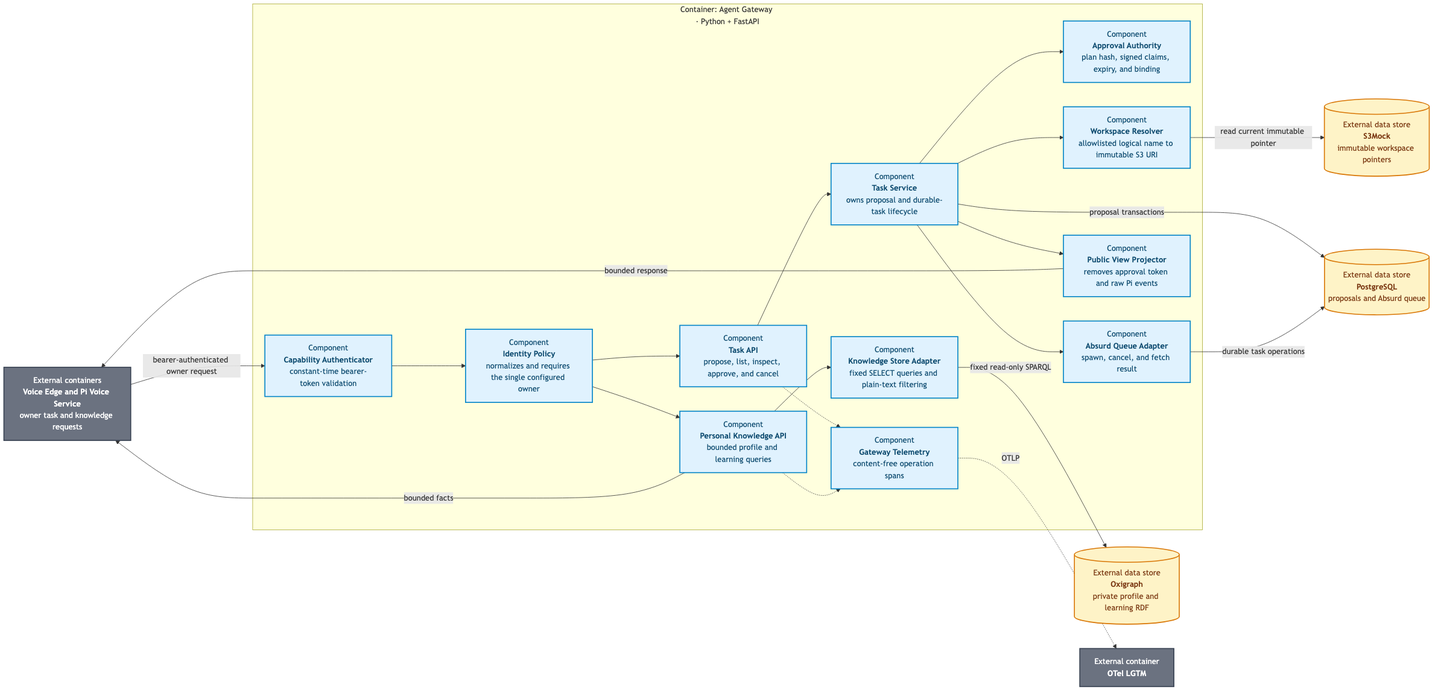
Above: products/voice-agent/docs/architecture/c3-agent-gateway.png in ragavsathish/agent-workload-platform (Mermaid), before the change. Its source is kept beside it as products/voice-agent/docs/architecture/c3-agent-gateway.mmd.
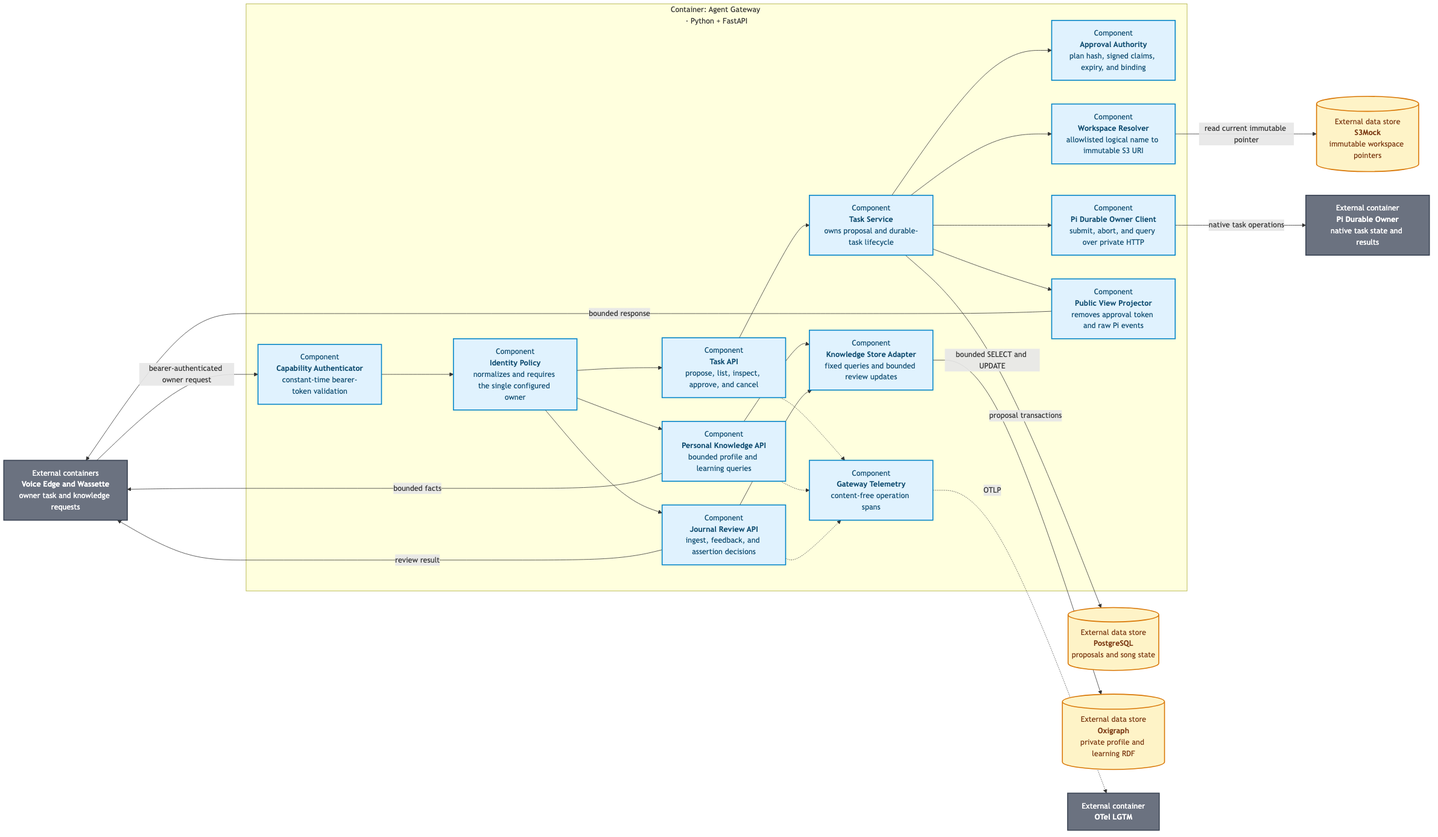
The same file after the commit.

Change to the diagram source:
```diff
@@ -1,8 +1,9 @@
 flowchart LR
     CALLERS[External containers<br/><b>Voice Edge and Wassette</b><br/>owner task and knowledge requests]
-    DB[(External data store<br/><b>PostgreSQL</b><br/>proposals and Absurd queue)]
+    DB[(External data store<br/><b>PostgreSQL</b><br/>proposals and song state)]
     S3[(External data store<br/><b>S3Mock</b><br/>immutable workspace pointers)]
     OXIGRAPH[(External data store<br/><b>Oxigraph</b><br/>private profile and learning RDF)]
+    OWNER[External container<br/><b>Pi Durable Owner</b><br/>native task state and results]
     OTEL[External container<br/><b>OTel LGTM</b>]
 
     subgraph GATEWAY["Container: Agent Gateway · Python + FastAPI"]
@@ -11,36 +12,40 @@
         IDENTITY["Component<br/><b>Identity Policy</b><br/>normalizes and requires the single configured owner"]
         API["Component<br/><b>Task API</b><br/>propose, list, inspect, approve, and cancel"]
         KNOWLEDGE["Component<br/><b>Personal Knowledge API</b><br/>bounded profile and learning queries"]
-        SPARQL["Component<br/><b>Knowledge Store Adapter</b><br/>fixed SELECT queries and plain-text filtering"]
+        REVIEW["Component<br/><b>Journal Review API</b><br/>ingest, feedback, and assertion decisions"]
+        SPARQL["Component<br/><b>Knowledge Store Adapter</b><br/>fixed queries and bounded review updates"]
         SERVICE["Component<br/><b>Task Service</b><br/>owns proposal and durable-task lifecycle"]
         APPROVAL["Component<br/><b>Approval Authority</b><br/>plan hash, signed claims, expiry, and binding"]
         WORKSPACE["Component<br/><b>Workspace Resolver</b><br/>allowlisted logical name to immutable S3 URI"]
-        QUEUE["Component<br/><b>Absurd Queue Adapter</b><br/>spawn, cancel, and fetch result"]
+        QUEUE["Component<br/><b>Pi Durable Owner Client</b><br/>submit, abort, and query over private HTTP"]
         VIEW["Component<br/><b>Public View Projector</b><br/>removes approval token and raw Pi events"]
         TELEMETRY["Component<br/><b>Gateway Telemetry</b><br/>content-free operation spans"]
 
         AUTH --> IDENTITY --> API --> SERVICE
         IDENTITY --> KNOWLEDGE --> SPARQL
+        IDENTITY --> REVIEW --> SPARQL
         SERVICE --> APPROVAL
         SERVICE --> WORKSPACE
         SERVICE --> QUEUE
         SERVICE --> VIEW
         API -.-> TELEMETRY
         KNOWLEDGE -.-> TELEMETRY
+        REVIEW -.-> TELEMETRY
     end
 
     CALLERS -->|"bearer-authenticated owner request"| AUTH
     SERVICE -->|"proposal transactions"| DB
-    QUEUE -->|"durable task operations"| DB
+    QUEUE -->|"native task operations"| OWNER
     WORKSPACE -->|"read current immutable pointer"| S3
-    SPARQL -->|"fixed read-only SPARQL"| OXIGRAPH
+    SPARQL -->|"bounded SELECT and UPDATE"| OXIGRAPH
     VIEW -->|"bounded response"| CALLERS
     KNOWLEDGE -->|"bounded facts"| CALLERS
+    REVIEW -->|"review result"| CALLERS
     TELEMETRY -.->|"OTLP"| OTEL
 
     classDef component fill:#e0f2fe,color:#0c4a6e,stroke:#0284c7,stroke-width:2px;
     classDef external fill:#6b7280,color:#fff,stroke:#374151,stroke-width:2px;
     classDef data fill:#fef3c7,color:#78350f,stroke:#d97706,stroke-width:2px;
-    class AUTH,IDENTITY,API,KNOWLEDGE,SPARQL,SERVICE,APPROVAL,WORKSPACE,QUEUE,VIEW,TELEMETRY component;
-    class CALLERS,OTEL external;
+    class AUTH,IDENTITY,API,KNOWLEDGE,REVIEW,SPARQL,SERVICE,APPROVAL,WORKSPACE,QUEUE,VIEW,TELEMETRY component;
+    class CALLERS,OTEL,OWNER external;
     class DB,S3,OXIGRAPH data;
```
